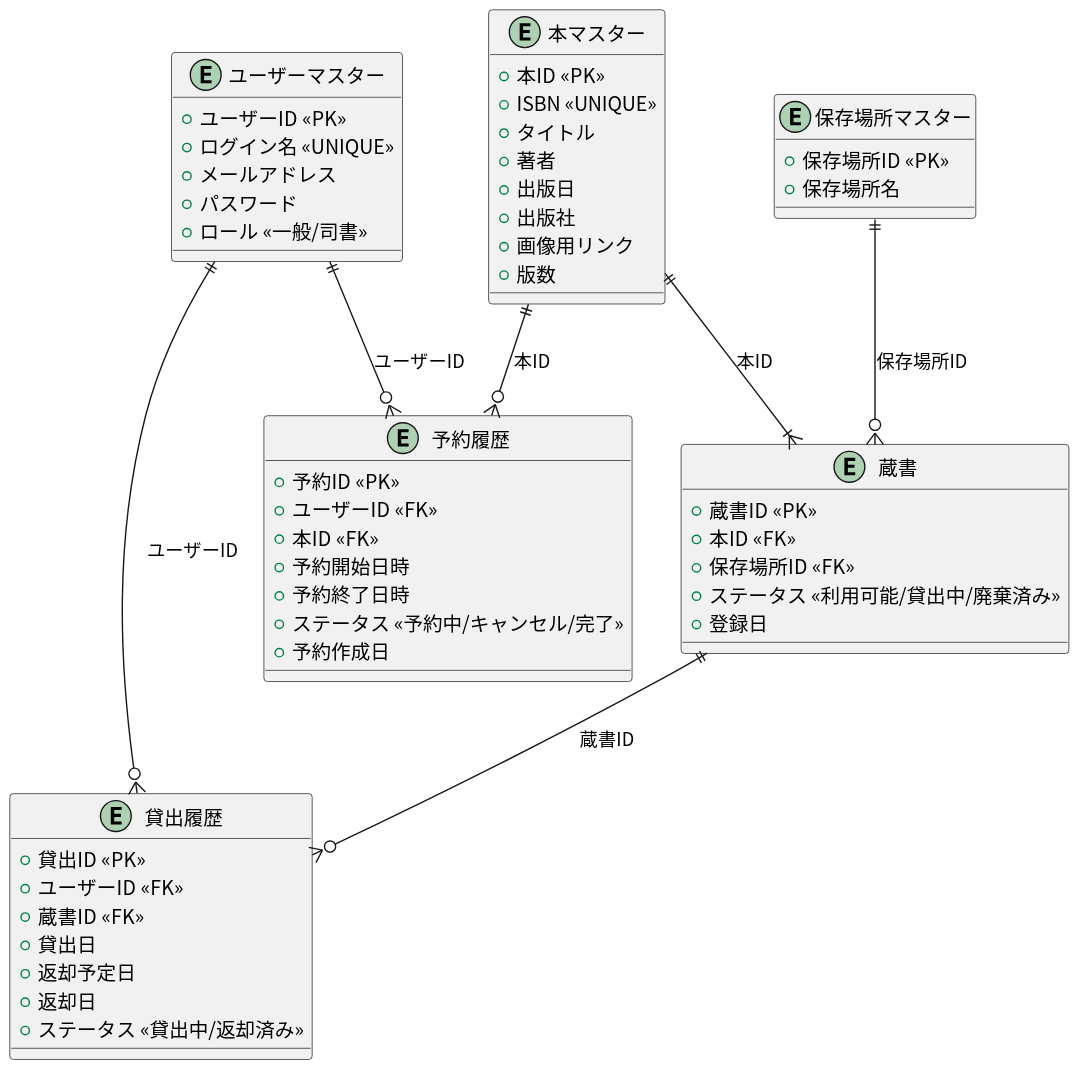
Earlier version of the PlantUML export docs/ER/er/er.svg (tomoki-shiozaki/distributed-library). Its diagram source:
```plantuml
@startuml
 skinparam defaultFontName "Noto Sans CJK JP"
 entity "ユーザーマスター" as User {
   +ユーザーID <<PK>>
   +ログイン名 <<UNIQUE>>
   +メールアドレス
   +パスワード
   +ロール <<一般/司書>>
 }

 entity "本マスター" as book {
   +本ID <<PK>>
   +ISBN <<UNIQUE>>
   +タイトル
   +著者
   +出版日
   +出版社
   +画像用リンク
   +版数
 }

 entity "蔵書" as Copy {
   +蔵書ID <<PK>>
   +本ID <<FK>>
   +保存場所ID <<FK>>
   +ステータス <<利用可能/貸出中/廃棄済み>>
   +登録日
 }

 entity "保存場所マスター" as Location {
   +保存場所ID <<PK>>
   +保存場所名
 }

 entity "貸出履歴" as LoanHistory {
  +貸出ID <<PK>>
  +ユーザーID <<FK>>
  +蔵書ID <<FK>>
  +貸出日
  +返却予定日
  +返却日
  +ステータス <<貸出中/返却済み>>
 }

 entity "予約履歴" as ReservationHistory {
  +予約ID <<PK>>
  +ユーザーID <<FK>>
  +本ID <<FK>>
  +予約開始日時
  +予約終了日時
  +ステータス <<予約中/キャンセル/完了>>
  +予約作成日
 }

 User ||--o{ LoanHistory : ユーザーID
 Copy ||--o{ LoanHistory : 蔵書ID
 book ||--|{ Copy : 本ID
 Location ||--o{ Copy : 保存場所ID

 User ||--o{ ReservationHistory : ユーザーID
 book ||--o{ ReservationHistory : 本ID


 @enduml
```
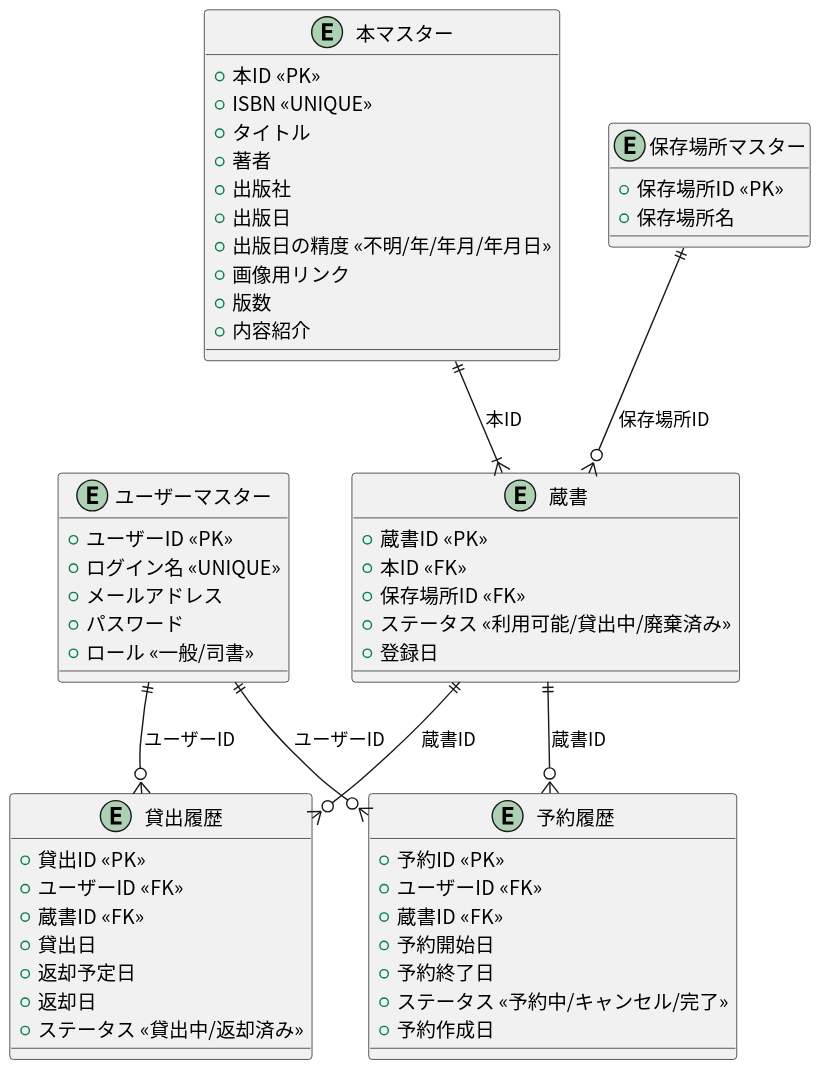
The same file after the commit.

The edit, as a diff of the source:
```diff
@@ -1,64 +1,64 @@
 @startuml
- skinparam defaultFontName "Noto Sans CJK JP"
- entity "ユーザーマスター" as User {
-   +ユーザーID <<PK>>
-   +ログイン名 <<UNIQUE>>
-   +メールアドレス
-   +パスワード
-   +ロール <<一般/司書>>
- }
+skinparam defaultFontName "Noto Sans CJK JP"
+entity "ユーザーマスター" as User {
+  +ユーザーID <<PK>>
+  +ログイン名 <<UNIQUE>>
+  +メールアドレス
+  +パスワード
+  +ロール <<一般/司書>>
+}
 
- entity "本マスター" as book {
-   +本ID <<PK>>
-   +ISBN <<UNIQUE>>
-   +タイトル
-   +著者
-   +出版日
-   +出版社
-   +画像用リンク
-   +版数
- }
+entity "本マスター" as book {
++本ID <<PK>>
++ISBN <<UNIQUE>>
++タイトル
++著者
++出版社
++出版日
++出版日の精度 <<不明/年/年月/年月日>>
++画像用リンク
++版数
++内容紹介
+}
 
- entity "蔵書" as Copy {
-   +蔵書ID <<PK>>
-   +本ID <<FK>>
-   +保存場所ID <<FK>>
-   +ステータス <<利用可能/貸出中/廃棄済み>>
-   +登録日
- }
+entity "蔵書" as Copy {
+  +蔵書ID <<PK>>
+  +本ID <<FK>>
+  +保存場所ID <<FK>>
+  +ステータス <<利用可能/貸出中/廃棄済み>>
+  +登録日
+}
 
- entity "保存場所マスター" as Location {
-   +保存場所ID <<PK>>
-   +保存場所名
- }
+entity "保存場所マスター" as Location {
+  +保存場所ID <<PK>>
+  +保存場所名
+}
 
- entity "貸出履歴" as LoanHistory {
-  +貸出ID <<PK>>
-  +ユーザーID <<FK>>
-  +蔵書ID <<FK>>
-  +貸出日
-  +返却予定日
-  +返却日
-  +ステータス <<貸出中/返却済み>>
- }
+entity "貸出履歴" as LoanHistory {
++貸出ID <<PK>>
++ユーザーID <<FK>>
++蔵書ID <<FK>>
++貸出日
++返却予定日
++返却日
++ステータス <<貸出中/返却済み>>
+}
 
- entity "予約履歴" as ReservationHistory {
-  +予約ID <<PK>>
-  +ユーザーID <<FK>>
-  +本ID <<FK>>
-  +予約開始日時
-  +予約終了日時
-  +ステータス <<予約中/キャンセル/完了>>
-  +予約作成日
- }
+entity "予約履歴" as ReservationHistory {
++予約ID <<PK>>
++ユーザーID <<FK>>
++蔵書ID <<FK>>
++予約開始日
++予約終了日
++ステータス <<予約中/キャンセル/完了>>
++予約作成日
+}
 
- User ||--o{ LoanHistory : ユーザーID
- Copy ||--o{ LoanHistory : 蔵書ID
- book ||--|{ Copy : 本ID
- Location ||--o{ Copy : 保存場所ID
+User ||--o{ LoanHistory : ユーザーID
+Copy ||--o{ LoanHistory : 蔵書ID
+book ||--|{ Copy : 本ID
+Location ||--o{ Copy : 保存場所ID
 
- User ||--o{ ReservationHistory : ユーザーID
- book ||--o{ ReservationHistory : 本ID
-
-
- @enduml
+User ||--o{ ReservationHistory : ユーザーID
+Copy ||--o{ ReservationHistory : 蔵書ID
+@enduml
```
